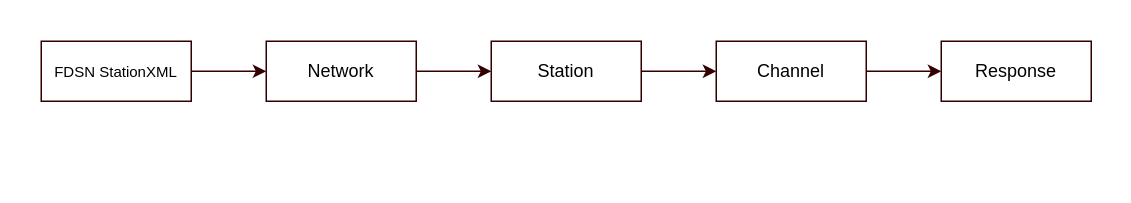
Before: docs/assets/drawio/response-level-details.drawio in iris-edu/yasmine-stationxml-editor, a draw.io diagram. Source tidied: cells renumbered, new cells numbered last; positions are measured from the earlier drawing's top-left corner, leaving out a move shared by most shapes. Both pictures are drawn from the tidied source at 150%, with x=0, y=0 at pixel (26, 26).
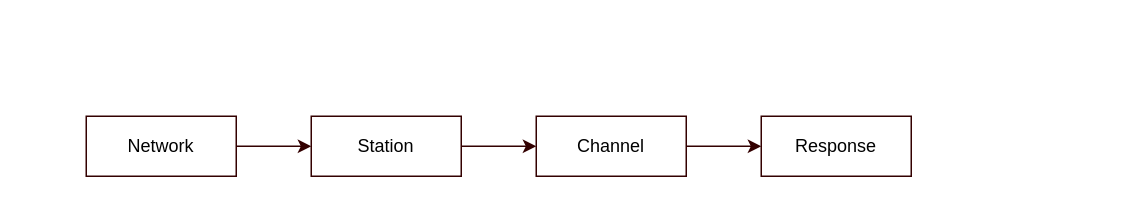
After the change.

Change to the diagram source:
```diff
@@
 <mxGraphModel>
   <root>
     <mxCell id="0" />
     <mxCell id="1" parent="0" />
-    <mxCell id="2" style="group;" parent="1" vertex="1">
-      <mxGeometry width="720" height="60" as="geometry" />
-    </mxCell>
-    <mxCell id="3" value="&lt;font style=&quot;font-size: 10px&quot;&gt;FDSN StationXML&lt;/font&gt;" style="whiteSpace=wrap;html=1;strokeWidth=1;fillColor=none;gradientColor=#ffffff;strokeColor=#330000;" parent="2" vertex="1">
-      <mxGeometry x="10" y="10" width="100" height="40" as="geometry" />
-    </mxCell>
+    <mxCell id="12" style="group;" parent="1" vertex="1">
+      <mxGeometry x="40" y="60" width="550" height="40" as="geometry" />
+    </mxCell>
+    <mxCell id="10" value="Response" style="whiteSpace=wrap;html=1;strokeWidth=1;fillColor=none;gradientColor=#ffffff;strokeColor=#330000;" parent="12" vertex="1">
+      <mxGeometry x="450" width="100" height="40" as="geometry" />
+    </mxCell>
+    <mxCell id="13" style="group;" parent="12" vertex="1">
+      <mxGeometry width="400" height="40" as="geometry" />
+    </mxCell>
-    <mxCell id="4" value="Network" style="whiteSpace=wrap;html=1;strokeWidth=1;fillColor=none;gradientColor=#ffffff;strokeColor=#330000;" parent="2" vertex="1">
-      <mxGeometry x="160" y="10" width="100" height="40" as="geometry" />
+    <mxCell id="4" value="Network" style="whiteSpace=wrap;html=1;strokeWidth=1;fillColor=none;gradientColor=#ffffff;strokeColor=#330000;" parent="13" vertex="1">
+      <mxGeometry width="100" height="40" as="geometry" />
     </mxCell>
-    <mxCell id="5" style="edgeStyle=orthogonalEdgeStyle;rounded=0;jettySize=auto;html=1;strokeColor=#330000;" parent="2" edge="1" source="3" target="4">
-      <mxGeometry relative="1" as="geometry" />
-    </mxCell>
-    <mxCell id="6" value="Station" style="whiteSpace=wrap;html=1;strokeWidth=1;fillColor=none;gradientColor=#ffffff;strokeColor=#330000;" parent="2" vertex="1">
-      <mxGeometry x="310" y="10" width="100" height="40" as="geometry" />
+    <mxCell id="6" value="Station" style="whiteSpace=wrap;html=1;strokeWidth=1;fillColor=none;gradientColor=#ffffff;strokeColor=#330000;" parent="13" vertex="1">
+      <mxGeometry x="150" width="100" height="40" as="geometry" />
     </mxCell>
-    <mxCell id="7" value="Channel" style="whiteSpace=wrap;html=1;strokeWidth=1;fillColor=none;gradientColor=#ffffff;strokeColor=#330000;" parent="2" vertex="1">
-      <mxGeometry x="460" y="10" width="100" height="40" as="geometry" />
+    <mxCell id="7" value="Channel" style="whiteSpace=wrap;html=1;strokeWidth=1;fillColor=none;gradientColor=#ffffff;strokeColor=#330000;" parent="13" vertex="1">
+      <mxGeometry x="300" width="100" height="40" as="geometry" />
     </mxCell>
-    <mxCell id="8" style="edgeStyle=elbowEdgeStyle;elbow=vertical;html=1;rounded=0;endArrow=classic;endFill=1;strokeColor=#330000;strokeWidth=1;noEdgeStyle=1;orthogonal=1;" parent="2" edge="1" source="4" target="6">
-      <mxGeometry relative="1" as="geometry" />
+    <mxCell id="8" style="edgeStyle=elbowEdgeStyle;elbow=vertical;html=1;rounded=0;endArrow=classic;endFill=1;strokeColor=#330000;strokeWidth=1;noEdgeStyle=1;orthogonal=1;" parent="13" edge="1" source="4" target="6">
+      <mxGeometry x="-160" y="-10" as="geometry" />
     </mxCell>
-    <mxCell id="9" style="edgeStyle=elbowEdgeStyle;elbow=vertical;html=1;rounded=0;endArrow=classic;endFill=1;strokeColor=#330000;strokeWidth=1;noEdgeStyle=1;orthogonal=1;" parent="2" edge="1" source="6" target="7">
-      <mxGeometry relative="1" as="geometry" />
+    <mxCell id="9" style="edgeStyle=elbowEdgeStyle;elbow=vertical;html=1;rounded=0;endArrow=classic;endFill=1;strokeColor=#330000;strokeWidth=1;noEdgeStyle=1;orthogonal=1;" parent="13" edge="1" source="6" target="7">
+      <mxGeometry x="-160" y="-10" as="geometry" />
     </mxCell>
-    <mxCell id="10" value="Response" style="whiteSpace=wrap;html=1;strokeWidth=1;fillColor=none;gradientColor=#ffffff;strokeColor=#330000;" parent="2" vertex="1">
-      <mxGeometry x="610" y="10" width="100" height="40" as="geometry" />
-    </mxCell>
-    <mxCell id="11" style="edgeStyle=orthogonalEdgeStyle;rounded=0;jettySize=auto;html=1;strokeColor=#330000;noEdgeStyle=1;orthogonal=1;" parent="2" edge="1" source="7" target="10">
-      <mxGeometry relative="1" as="geometry" />
+    <mxCell id="11" style="edgeStyle=orthogonalEdgeStyle;rounded=0;jettySize=auto;html=1;strokeColor=#330000;noEdgeStyle=1;orthogonal=1;" parent="12" edge="1" source="7" target="10">
+      <mxGeometry x="-10" y="-10" as="geometry" />
     </mxCell>
   </root>
 </mxGraphModel>
```
